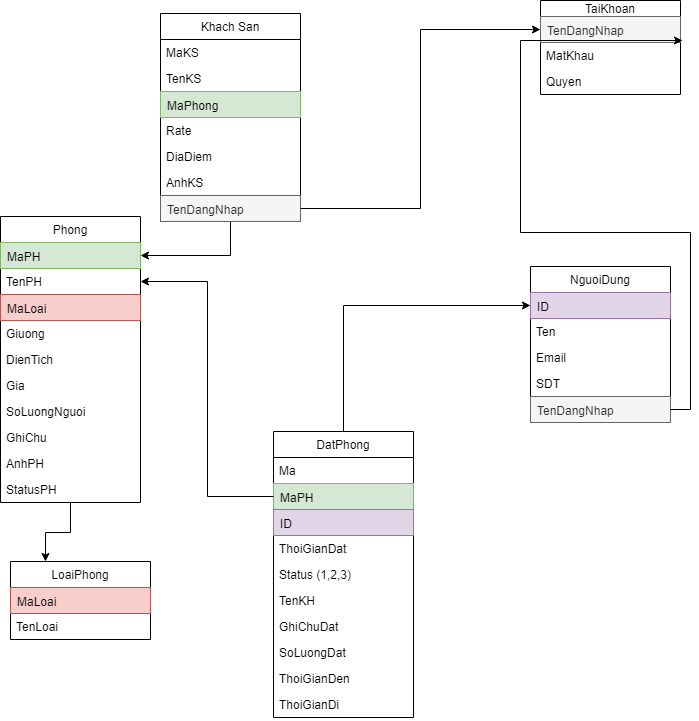
Above: Data.png in nguyenvanconggithub/Hotel-Service-Project (draw.io), before the change. Source tidied: cells renumbered, new cells last; positions are measured from the earlier drawing's top-left corner, leaving out a move shared by most shapes. The source it was exported from:
```xml
<mxGraphModel>
  <root>
    <mxCell id="0" />
    <mxCell id="1" parent="0" />
    <mxCell id="2" style="edgeStyle=orthogonalEdgeStyle;rounded=0;jettySize=auto;html=1;" parent="1" edge="1" source="3" target="13">
      <mxGeometry relative="1" as="geometry" />
    </mxCell>
    <mxCell id="3" value="Khach San" style="swimlane;fontStyle=0;horizontal=1;startSize=26;fillColor=none;" parent="1" vertex="1">
      <mxGeometry x="160" y="13" width="140" height="208" as="geometry" />
    </mxCell>
    <mxCell id="4" value="MaKS" style="text;strokeColor=none;fillColor=none;align=left;verticalAlign=top;spacingLeft=4;spacingRight=4;overflow=hidden;" parent="3" vertex="1">
      <mxGeometry y="26" width="140" height="26" as="geometry" />
    </mxCell>
    <mxCell id="5" value="TenKS" style="text;strokeColor=none;fillColor=none;align=left;verticalAlign=top;spacingLeft=4;spacingRight=4;overflow=hidden;" parent="3" vertex="1">
      <mxGeometry y="52" width="140" height="26" as="geometry" />
    </mxCell>
    <mxCell id="6" value="MaPhong" style="text;strokeColor=#82b366;fillColor=#d5e8d4;align=left;verticalAlign=top;spacingLeft=4;spacingRight=4;overflow=hidden;" parent="3" vertex="1">
      <mxGeometry y="78" width="140" height="26" as="geometry" />
    </mxCell>
    <mxCell id="7" value="Rate" style="text;strokeColor=none;fillColor=none;align=left;verticalAlign=top;spacingLeft=4;spacingRight=4;overflow=hidden;" parent="3" vertex="1">
      <mxGeometry y="104" width="140" height="26" as="geometry" />
    </mxCell>
    <mxCell id="8" value="DiaDiem&#10;&#10;" style="text;strokeColor=none;fillColor=none;align=left;verticalAlign=top;spacingLeft=4;spacingRight=4;overflow=hidden;" parent="3" vertex="1">
      <mxGeometry y="130" width="140" height="26" as="geometry" />
    </mxCell>
    <mxCell id="9" value="AnhKS&#10;" style="text;strokeColor=none;fillColor=none;align=left;verticalAlign=top;spacingLeft=4;spacingRight=4;overflow=hidden;" parent="3" vertex="1">
      <mxGeometry y="156" width="140" height="26" as="geometry" />
    </mxCell>
    <mxCell id="10" value="TenDangNhap&#10;" style="text;align=left;verticalAlign=top;spacingLeft=4;spacingRight=4;overflow=hidden;points=[[0,0.5],[1,0.5]];portConstraint=eastwest;fillColor=#f5f5f5;strokeColor=#666666;fontColor=#333333;" parent="3" vertex="1">
      <mxGeometry y="182" width="140" height="26" as="geometry" />
    </mxCell>
    <mxCell id="11" style="edgeStyle=orthogonalEdgeStyle;rounded=0;jettySize=auto;html=1;entryX=0.25;entryY=0;entryDx=0;entryDy=0;" parent="1" edge="1" source="12" target="23">
      <mxGeometry relative="1" as="geometry" />
    </mxCell>
    <mxCell id="12" value="Phong" style="swimlane;fontStyle=0;horizontal=1;startSize=26;fillColor=none;" parent="1" vertex="1">
      <mxGeometry y="216" width="140" height="286" as="geometry" />
    </mxCell>
    <mxCell id="13" value="MaPH" style="text;strokeColor=#82b366;fillColor=#d5e8d4;align=left;verticalAlign=top;spacingLeft=4;spacingRight=4;overflow=hidden;points=[[0,0.5],[1,0.5]];portConstraint=eastwest;" parent="12" vertex="1">
      <mxGeometry y="26" width="140" height="26" as="geometry" />
    </mxCell>
    <mxCell id="14" value="TenPH" style="text;strokeColor=none;fillColor=none;align=left;verticalAlign=top;spacingLeft=4;spacingRight=4;overflow=hidden;points=[[0,0.5],[1,0.5]];portConstraint=eastwest;" parent="12" vertex="1">
      <mxGeometry y="52" width="140" height="26" as="geometry" />
    </mxCell>
    <mxCell id="15" value="MaLoai" style="text;strokeColor=#b85450;fillColor=#f8cecc;align=left;verticalAlign=top;spacingLeft=4;spacingRight=4;overflow=hidden;points=[[0,0.5],[1,0.5]];portConstraint=eastwest;" parent="12" vertex="1">
      <mxGeometry y="78" width="140" height="26" as="geometry" />
    </mxCell>
    <mxCell id="16" value="Giuong" style="text;strokeColor=none;fillColor=none;align=left;verticalAlign=top;spacingLeft=4;spacingRight=4;overflow=hidden;points=[[0,0.5],[1,0.5]];portConstraint=eastwest;" parent="12" vertex="1">
      <mxGeometry y="104" width="140" height="26" as="geometry" />
    </mxCell>
    <mxCell id="17" value="DienTich" style="text;strokeColor=none;fillColor=none;align=left;verticalAlign=top;spacingLeft=4;spacingRight=4;overflow=hidden;" parent="12" vertex="1">
      <mxGeometry y="130" width="140" height="26" as="geometry" />
    </mxCell>
    <mxCell id="18" value="Gia&#10;&#10;" style="text;strokeColor=none;fillColor=none;align=left;verticalAlign=top;spacingLeft=4;spacingRight=4;overflow=hidden;" parent="12" vertex="1">
      <mxGeometry y="156" width="140" height="26" as="geometry" />
    </mxCell>
    <mxCell id="19" value="SoLuongNguoi&#10;" style="text;strokeColor=none;fillColor=none;align=left;verticalAlign=top;spacingLeft=4;spacingRight=4;overflow=hidden;" parent="12" vertex="1">
      <mxGeometry y="182" width="140" height="26" as="geometry" />
    </mxCell>
    <mxCell id="20" value="GhiChu&#10;" style="text;strokeColor=none;fillColor=none;align=left;verticalAlign=top;spacingLeft=4;spacingRight=4;overflow=hidden;" parent="12" vertex="1">
      <mxGeometry y="208" width="140" height="26" as="geometry" />
    </mxCell>
    <mxCell id="21" value="AnhPH&#10;&#10;" style="text;strokeColor=none;fillColor=none;align=left;verticalAlign=top;spacingLeft=4;spacingRight=4;overflow=hidden;" parent="12" vertex="1">
      <mxGeometry y="234" width="140" height="26" as="geometry" />
    </mxCell>
    <mxCell id="22" value="StatusPH&#10;" style="text;strokeColor=none;fillColor=none;align=left;verticalAlign=top;spacingLeft=4;spacingRight=4;overflow=hidden;" parent="12" vertex="1">
      <mxGeometry y="260" width="140" height="26" as="geometry" />
    </mxCell>
    <mxCell id="23" value="LoaiPhong" style="swimlane;fontStyle=0;horizontal=1;startSize=26;fillColor=none;" parent="1" vertex="1">
      <mxGeometry x="10" y="561" width="140" height="78" as="geometry" />
    </mxCell>
    <mxCell id="24" value="MaLoai" style="text;strokeColor=#b85450;fillColor=#f8cecc;align=left;verticalAlign=top;spacingLeft=4;spacingRight=4;overflow=hidden;points=[[0,0.5],[1,0.5]];portConstraint=eastwest;" parent="23" vertex="1">
      <mxGeometry y="26" width="140" height="26" as="geometry" />
    </mxCell>
    <mxCell id="25" value="TenLoai" style="text;strokeColor=none;fillColor=none;align=left;verticalAlign=top;spacingLeft=4;spacingRight=4;overflow=hidden;" parent="23" vertex="1">
      <mxGeometry y="52" width="140" height="26" as="geometry" />
    </mxCell>
    <mxCell id="26" value="TaiKhoan" style="swimlane;fontStyle=0;horizontal=1;startSize=16;fillColor=none;" parent="1" vertex="1">
      <mxGeometry x="540" width="140" height="94" as="geometry" />
    </mxCell>
    <mxCell id="27" value="TenDangNhap" style="text;strokeColor=#666666;fillColor=#f5f5f5;align=left;verticalAlign=top;spacingLeft=4;spacingRight=4;overflow=hidden;points=[[0,0.5],[1,0.5]];portConstraint=eastwest;fontColor=#333333;" parent="26" vertex="1">
      <mxGeometry y="16" width="140" height="26" as="geometry" />
    </mxCell>
    <mxCell id="28" value="MatKhau" style="text;strokeColor=none;fillColor=none;align=left;verticalAlign=top;spacingLeft=4;spacingRight=4;overflow=hidden;points=[[0,0.5],[1,0.5]];portConstraint=eastwest;" parent="26" vertex="1">
      <mxGeometry y="42" width="140" height="26" as="geometry" />
    </mxCell>
    <mxCell id="29" value="Quyen" style="text;strokeColor=none;fillColor=none;align=left;verticalAlign=top;spacingLeft=4;spacingRight=4;overflow=hidden;" parent="26" vertex="1">
      <mxGeometry y="68" width="140" height="26" as="geometry" />
    </mxCell>
    <mxCell id="30" value="NguoiDung" style="swimlane;fontStyle=0;horizontal=1;startSize=26;fillColor=none;" parent="1" vertex="1">
      <mxGeometry x="530" y="266" width="140" height="156" as="geometry" />
    </mxCell>
    <mxCell id="31" value="ID" style="text;strokeColor=#9673a6;fillColor=#e1d5e7;align=left;verticalAlign=top;spacingLeft=4;spacingRight=4;overflow=hidden;points=[[0,0.5],[1,0.5]];portConstraint=eastwest;" parent="30" vertex="1">
      <mxGeometry y="26" width="140" height="26" as="geometry" />
    </mxCell>
    <mxCell id="32" value="Ten" style="text;strokeColor=none;fillColor=none;align=left;verticalAlign=top;spacingLeft=4;spacingRight=4;overflow=hidden;" parent="30" vertex="1">
      <mxGeometry y="52" width="140" height="26" as="geometry" />
    </mxCell>
    <mxCell id="33" value="Email" style="text;strokeColor=none;fillColor=none;align=left;verticalAlign=top;spacingLeft=4;spacingRight=4;overflow=hidden;" parent="30" vertex="1">
      <mxGeometry y="78" width="140" height="26" as="geometry" />
    </mxCell>
    <mxCell id="34" value="SDT" style="text;strokeColor=none;fillColor=none;align=left;verticalAlign=top;spacingLeft=4;spacingRight=4;overflow=hidden;" parent="30" vertex="1">
      <mxGeometry y="104" width="140" height="26" as="geometry" />
    </mxCell>
    <mxCell id="35" value="TenDangNhap" style="text;strokeColor=#666666;fillColor=#f5f5f5;align=left;verticalAlign=top;spacingLeft=4;spacingRight=4;overflow=hidden;points=[[0,0.5],[1,0.5]];portConstraint=eastwest;fontColor=#333333;" parent="30" vertex="1">
      <mxGeometry y="130" width="140" height="26" as="geometry" />
    </mxCell>
    <mxCell id="36" style="edgeStyle=orthogonalEdgeStyle;rounded=0;jettySize=auto;html=1;entryX=0;entryY=0.5;entryDx=0;entryDy=0;" parent="1" edge="1" source="37" target="31">
      <mxGeometry relative="1" as="geometry" />
    </mxCell>
    <mxCell id="37" value="DatPhong" style="swimlane;fontStyle=0;horizontal=1;startSize=26;fillColor=none;" parent="1" vertex="1">
      <mxGeometry x="273" y="431" width="140" height="286" as="geometry" />
    </mxCell>
    <mxCell id="38" value="Ma" style="text;strokeColor=none;fillColor=none;align=left;verticalAlign=top;spacingLeft=4;spacingRight=4;overflow=hidden;" parent="37" vertex="1">
      <mxGeometry y="26" width="140" height="26" as="geometry" />
    </mxCell>
    <mxCell id="39" value="MaPH" style="text;strokeColor=#82b366;fillColor=#d5e8d4;align=left;verticalAlign=top;spacingLeft=4;spacingRight=4;overflow=hidden;points=[[0,0.5],[1,0.5]];portConstraint=eastwest;" parent="37" vertex="1">
      <mxGeometry y="52" width="140" height="26" as="geometry" />
    </mxCell>
    <mxCell id="40" value="ID" style="text;strokeColor=#9673a6;fillColor=#e1d5e7;align=left;verticalAlign=top;spacingLeft=4;spacingRight=4;overflow=hidden;points=[[0,0.5],[1,0.5]];portConstraint=eastwest;" parent="37" vertex="1">
      <mxGeometry y="78" width="140" height="26" as="geometry" />
    </mxCell>
    <mxCell id="41" value="ThoiGianDat" style="text;strokeColor=none;fillColor=none;align=left;verticalAlign=top;spacingLeft=4;spacingRight=4;overflow=hidden;" parent="37" vertex="1">
      <mxGeometry y="104" width="140" height="26" as="geometry" />
    </mxCell>
    <mxCell id="42" value="Status (1,2,3)" style="text;strokeColor=none;fillColor=none;align=left;verticalAlign=top;spacingLeft=4;spacingRight=4;overflow=hidden;" parent="37" vertex="1">
      <mxGeometry y="130" width="140" height="26" as="geometry" />
    </mxCell>
    <mxCell id="43" value="TenKH" style="text;strokeColor=none;fillColor=none;align=left;verticalAlign=top;spacingLeft=4;spacingRight=4;overflow=hidden;" parent="37" vertex="1">
      <mxGeometry y="156" width="140" height="26" as="geometry" />
    </mxCell>
    <mxCell id="44" value="GhiChuDat" style="text;strokeColor=none;fillColor=none;align=left;verticalAlign=top;spacingLeft=4;spacingRight=4;overflow=hidden;" parent="37" vertex="1">
      <mxGeometry y="182" width="140" height="26" as="geometry" />
    </mxCell>
    <mxCell id="45" value="SoLuongDat" style="text;strokeColor=none;fillColor=none;align=left;verticalAlign=top;spacingLeft=4;spacingRight=4;overflow=hidden;" parent="37" vertex="1">
      <mxGeometry y="208" width="140" height="26" as="geometry" />
    </mxCell>
    <mxCell id="46" value="ThoiGianDen" style="text;strokeColor=none;fillColor=none;align=left;verticalAlign=top;spacingLeft=4;spacingRight=4;overflow=hidden;" parent="37" vertex="1">
      <mxGeometry y="234" width="140" height="26" as="geometry" />
    </mxCell>
    <mxCell id="47" value="ThoiGianDi" style="text;strokeColor=none;fillColor=none;align=left;verticalAlign=top;spacingLeft=4;spacingRight=4;overflow=hidden;" parent="37" vertex="1">
      <mxGeometry y="260" width="140" height="26" as="geometry" />
    </mxCell>
    <mxCell id="48" style="edgeStyle=orthogonalEdgeStyle;rounded=0;jettySize=auto;html=1;entryX=1;entryY=0.5;entryDx=0;entryDy=0;" parent="1" edge="1" source="39" target="14">
      <mxGeometry relative="1" as="geometry" />
    </mxCell>
    <mxCell id="49" style="edgeStyle=orthogonalEdgeStyle;rounded=0;jettySize=auto;html=1;" parent="1" edge="1" source="10" target="27">
      <mxGeometry relative="1" as="geometry" />
    </mxCell>
    <mxCell id="50" style="edgeStyle=orthogonalEdgeStyle;rounded=0;jettySize=auto;html=1;entryX=1.011;entryY=-0.066;entryDx=0;entryDy=0;entryPerimeter=0;" parent="1" edge="1" source="35" target="28">
      <mxGeometry relative="1" as="geometry" />
    </mxCell>
  </root>
</mxGraphModel>
```
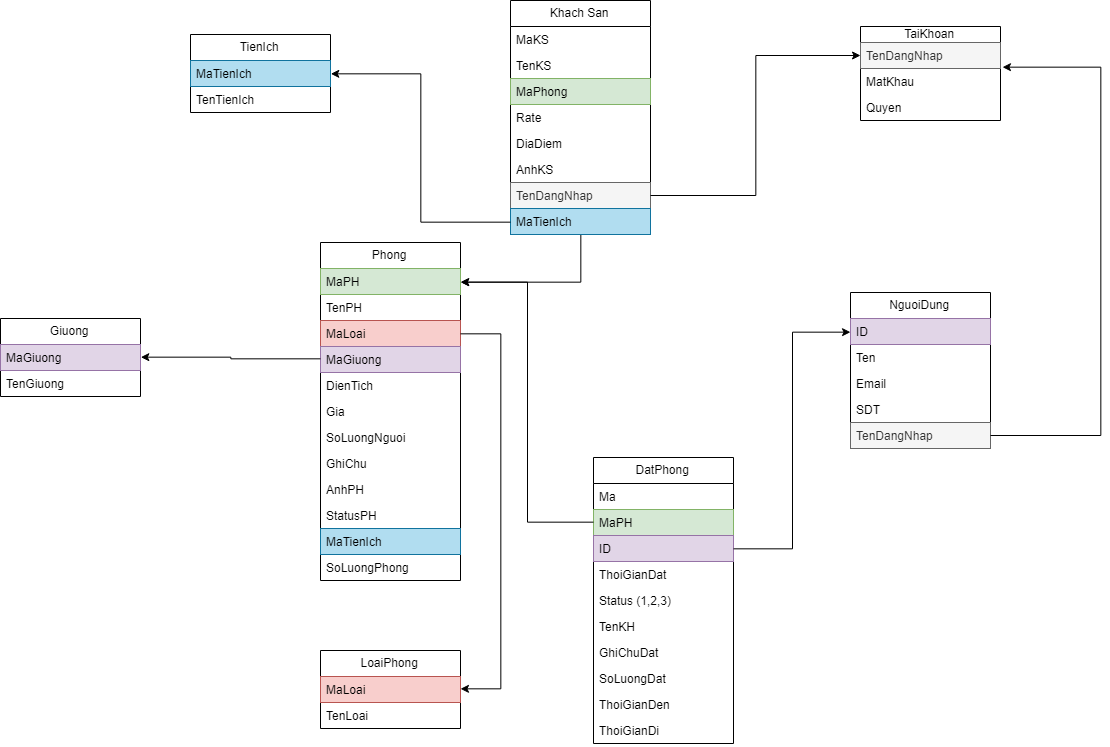
After the change.

The edit, as a diff of the source:
```diff
@@ -6,7 +6,7 @@
       <mxGeometry relative="1" as="geometry" />
     </mxCell>
     <mxCell id="3" value="Khach San" style="swimlane;fontStyle=0;horizontal=1;startSize=26;fillColor=none;" parent="1" vertex="1">
-      <mxGeometry x="160" y="13" width="140" height="208" as="geometry" />
+      <mxGeometry x="190" y="-26" width="140" height="234" as="geometry" />
     </mxCell>
     <mxCell id="4" value="MaKS" style="text;strokeColor=none;fillColor=none;align=left;verticalAlign=top;spacingLeft=4;spacingRight=4;overflow=hidden;" parent="3" vertex="1">
       <mxGeometry y="26" width="140" height="26" as="geometry" />
@@ -29,11 +29,11 @@
     <mxCell id="10" value="TenDangNhap&#10;" style="text;align=left;verticalAlign=top;spacingLeft=4;spacingRight=4;overflow=hidden;points=[[0,0.5],[1,0.5]];portConstraint=eastwest;fillColor=#f5f5f5;strokeColor=#666666;fontColor=#333333;" parent="3" vertex="1">
       <mxGeometry y="182" width="140" height="26" as="geometry" />
     </mxCell>
-    <mxCell id="11" style="edgeStyle=orthogonalEdgeStyle;rounded=0;jettySize=auto;html=1;entryX=0.25;entryY=0;entryDx=0;entryDy=0;" parent="1" edge="1" source="12" target="23">
-      <mxGeometry relative="1" as="geometry" />
-    </mxCell>
+    <mxCell id="51" value="MaTienIch&#10;" style="text;align=left;verticalAlign=top;spacingLeft=4;spacingRight=4;overflow=hidden;points=[[0,0.5],[1,0.5]];portConstraint=eastwest;fillColor=#b1ddf0;strokeColor=#10739e;" parent="3" vertex="1">
+      <mxGeometry y="208" width="140" height="26" as="geometry" />
+    </mxCell>
     <mxCell id="12" value="Phong" style="swimlane;fontStyle=0;horizontal=1;startSize=26;fillColor=none;" parent="1" vertex="1">
-      <mxGeometry y="216" width="140" height="286" as="geometry" />
+      <mxGeometry y="216" width="140" height="338" as="geometry" />
     </mxCell>
     <mxCell id="13" value="MaPH" style="text;strokeColor=#82b366;fillColor=#d5e8d4;align=left;verticalAlign=top;spacingLeft=4;spacingRight=4;overflow=hidden;points=[[0,0.5],[1,0.5]];portConstraint=eastwest;" parent="12" vertex="1">
       <mxGeometry y="26" width="140" height="26" as="geometry" />
@@ -44,7 +44,7 @@
     <mxCell id="15" value="MaLoai" style="text;strokeColor=#b85450;fillColor=#f8cecc;align=left;verticalAlign=top;spacingLeft=4;spacingRight=4;overflow=hidden;points=[[0,0.5],[1,0.5]];portConstraint=eastwest;" parent="12" vertex="1">
       <mxGeometry y="78" width="140" height="26" as="geometry" />
     </mxCell>
-    <mxCell id="16" value="Giuong" style="text;strokeColor=none;fillColor=none;align=left;verticalAlign=top;spacingLeft=4;spacingRight=4;overflow=hidden;points=[[0,0.5],[1,0.5]];portConstraint=eastwest;" parent="12" vertex="1">
+    <mxCell id="16" value="MaGiuong" style="text;strokeColor=#9673a6;fillColor=#e1d5e7;align=left;verticalAlign=top;spacingLeft=4;spacingRight=4;overflow=hidden;points=[[0,0.5],[1,0.5]];portConstraint=eastwest;" parent="12" vertex="1">
       <mxGeometry y="104" width="140" height="26" as="geometry" />
     </mxCell>
     <mxCell id="17" value="DienTich" style="text;strokeColor=none;fillColor=none;align=left;verticalAlign=top;spacingLeft=4;spacingRight=4;overflow=hidden;" parent="12" vertex="1">
@@ -65,8 +65,14 @@
     <mxCell id="22" value="StatusPH&#10;" style="text;strokeColor=none;fillColor=none;align=left;verticalAlign=top;spacingLeft=4;spacingRight=4;overflow=hidden;" parent="12" vertex="1">
       <mxGeometry y="260" width="140" height="26" as="geometry" />
     </mxCell>
+    <mxCell id="52" value="MaTienIch&#10;" style="text;strokeColor=#10739e;fillColor=#b1ddf0;align=left;verticalAlign=top;spacingLeft=4;spacingRight=4;overflow=hidden;" parent="12" vertex="1">
+      <mxGeometry y="286" width="140" height="26" as="geometry" />
+    </mxCell>
+    <mxCell id="53" value="SoLuongPhong&#10;" style="text;strokeColor=none;fillColor=none;align=left;verticalAlign=top;spacingLeft=4;spacingRight=4;overflow=hidden;" parent="12" vertex="1">
+      <mxGeometry y="312" width="140" height="26" as="geometry" />
+    </mxCell>
     <mxCell id="23" value="LoaiPhong" style="swimlane;fontStyle=0;horizontal=1;startSize=26;fillColor=none;" parent="1" vertex="1">
-      <mxGeometry x="10" y="561" width="140" height="78" as="geometry" />
+      <mxGeometry y="624" width="140" height="78" as="geometry" />
     </mxCell>
     <mxCell id="24" value="MaLoai" style="text;strokeColor=#b85450;fillColor=#f8cecc;align=left;verticalAlign=top;spacingLeft=4;spacingRight=4;overflow=hidden;points=[[0,0.5],[1,0.5]];portConstraint=eastwest;" parent="23" vertex="1">
       <mxGeometry y="26" width="140" height="26" as="geometry" />
@@ -104,9 +110,6 @@
     <mxCell id="35" value="TenDangNhap" style="text;strokeColor=#666666;fillColor=#f5f5f5;align=left;verticalAlign=top;spacingLeft=4;spacingRight=4;overflow=hidden;points=[[0,0.5],[1,0.5]];portConstraint=eastwest;fontColor=#333333;" parent="30" vertex="1">
       <mxGeometry y="130" width="140" height="26" as="geometry" />
     </mxCell>
-    <mxCell id="36" style="edgeStyle=orthogonalEdgeStyle;rounded=0;jettySize=auto;html=1;entryX=0;entryY=0.5;entryDx=0;entryDy=0;" parent="1" edge="1" source="37" target="31">
-      <mxGeometry relative="1" as="geometry" />
-    </mxCell>
     <mxCell id="37" value="DatPhong" style="swimlane;fontStyle=0;horizontal=1;startSize=26;fillColor=none;" parent="1" vertex="1">
       <mxGeometry x="273" y="431" width="140" height="286" as="geometry" />
     </mxCell>
@@ -140,14 +143,54 @@
     <mxCell id="47" value="ThoiGianDi" style="text;strokeColor=none;fillColor=none;align=left;verticalAlign=top;spacingLeft=4;spacingRight=4;overflow=hidden;" parent="37" vertex="1">
       <mxGeometry y="260" width="140" height="26" as="geometry" />
     </mxCell>
-    <mxCell id="48" style="edgeStyle=orthogonalEdgeStyle;rounded=0;jettySize=auto;html=1;entryX=1;entryY=0.5;entryDx=0;entryDy=0;" parent="1" edge="1" source="39" target="14">
-      <mxGeometry relative="1" as="geometry" />
-    </mxCell>
     <mxCell id="49" style="edgeStyle=orthogonalEdgeStyle;rounded=0;jettySize=auto;html=1;" parent="1" edge="1" source="10" target="27">
       <mxGeometry relative="1" as="geometry" />
     </mxCell>
     <mxCell id="50" style="edgeStyle=orthogonalEdgeStyle;rounded=0;jettySize=auto;html=1;entryX=1.011;entryY=-0.066;entryDx=0;entryDy=0;entryPerimeter=0;" parent="1" edge="1" source="35" target="28">
-      <mxGeometry relative="1" as="geometry" />
+      <mxGeometry relative="1" as="geometry">
+        <Array as="points">
+          <mxPoint x="780" y="409" />
+          <mxPoint x="780" y="40" />
+        </Array>
+      </mxGeometry>
     </mxCell>
+    <mxCell id="54" value="Giuong" style="swimlane;fontStyle=0;horizontal=1;startSize=26;fillColor=none;" parent="1" vertex="1">
+      <mxGeometry x="-320" y="292" width="140" height="78" as="geometry" />
+    </mxCell>
+    <mxCell id="55" value="MaGiuong" style="text;strokeColor=#9673a6;fillColor=#e1d5e7;align=left;verticalAlign=top;spacingLeft=4;spacingRight=4;overflow=hidden;points=[[0,0.5],[1,0.5]];portConstraint=eastwest;" parent="54" vertex="1">
+      <mxGeometry y="26" width="140" height="26" as="geometry" />
+    </mxCell>
+    <mxCell id="56" value="TenGiuong" style="text;strokeColor=none;fillColor=none;align=left;verticalAlign=top;spacingLeft=4;spacingRight=4;overflow=hidden;" parent="54" vertex="1">
+      <mxGeometry y="52" width="140" height="26" as="geometry" />
+    </mxCell>
+    <mxCell id="57" style="edgeStyle=orthogonalEdgeStyle;rounded=0;jettySize=auto;html=1;entryX=1;entryY=0.5;entryDx=0;entryDy=0;" parent="1" edge="1" source="16" target="55">
+      <mxGeometry relative="1" as="geometry" />
+    </mxCell>
+    <mxCell id="58" value="TienIch" style="swimlane;fontStyle=0;horizontal=1;startSize=26;fillColor=none;" parent="1" vertex="1">
+      <mxGeometry x="-130" y="8" width="140" height="78" as="geometry" />
+    </mxCell>
+    <mxCell id="59" value="MaTienIch" style="text;strokeColor=#10739e;fillColor=#b1ddf0;align=left;verticalAlign=top;spacingLeft=4;spacingRight=4;overflow=hidden;points=[[0,0.5],[1,0.5]];portConstraint=eastwest;" parent="58" vertex="1">
+      <mxGeometry y="26" width="140" height="26" as="geometry" />
+    </mxCell>
+    <mxCell id="60" value="TenTienIch" style="text;strokeColor=none;fillColor=none;align=left;verticalAlign=top;spacingLeft=4;spacingRight=4;overflow=hidden;" parent="58" vertex="1">
+      <mxGeometry y="52" width="140" height="26" as="geometry" />
+    </mxCell>
+    <mxCell id="61" style="edgeStyle=orthogonalEdgeStyle;rounded=0;jettySize=auto;html=1;entryX=1;entryY=0.5;entryDx=0;entryDy=0;" parent="1" edge="1" source="51" target="59">
+      <mxGeometry relative="1" as="geometry" />
+    </mxCell>
+    <mxCell id="62" style="edgeStyle=orthogonalEdgeStyle;rounded=0;jettySize=auto;html=1;" parent="1" edge="1" source="40" target="31">
+      <mxGeometry relative="1" as="geometry" />
+    </mxCell>
+    <mxCell id="63" style="edgeStyle=orthogonalEdgeStyle;rounded=0;jettySize=auto;html=1;entryX=1;entryY=0.5;entryDx=0;entryDy=0;" parent="1" edge="1" source="39" target="13">
+      <mxGeometry relative="1" as="geometry" />
+    </mxCell>
+    <mxCell id="64" style="edgeStyle=orthogonalEdgeStyle;rounded=0;jettySize=auto;html=1;" parent="1" edge="1" source="15" target="24">
+      <mxGeometry relative="1" as="geometry">
+        <Array as="points">
+          <mxPoint x="180" y="307" />
+          <mxPoint x="180" y="663" />
+        </Array>
+      </mxGeometry>
+    </mxCell>
   </root>
 </mxGraphModel>
```
